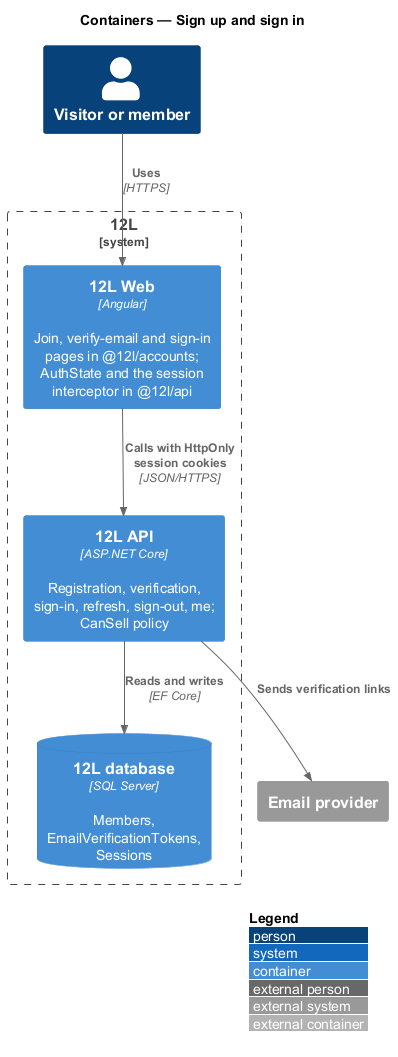
Before: docs/detailed-designs/accounts/sign-up-and-sign-in/diagrams/c4-container.png, a diagram exported from PlantUML (QuinntyneBrown/tutumuch).
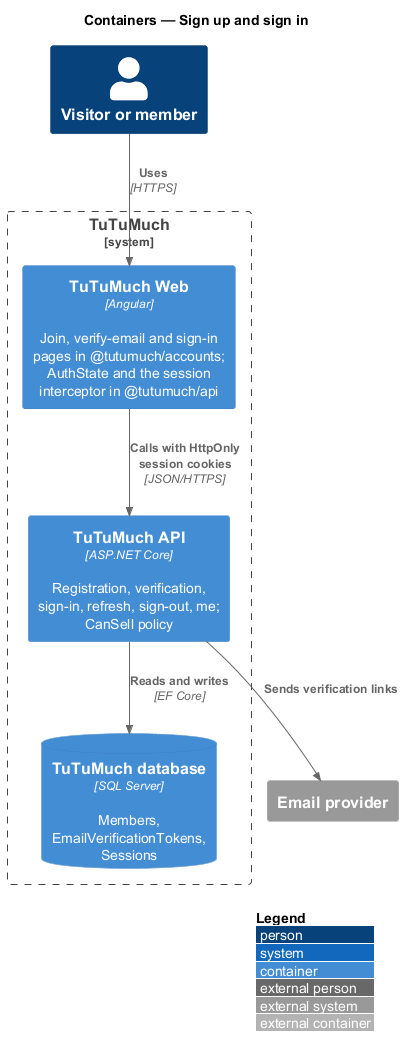
Later version of the same file.

What changed in the source:
```diff
@@ -4,10 +4,10 @@
 title Containers — Sign up and sign in
 
 Person(visitor, "Visitor or member")
-System_Boundary(twelvel, "12L") {
-  Container(web, "12L Web", "Angular", "Join, verify-email and sign-in pages in @12l/accounts; AuthState and the session interceptor in @12l/api")
-  Container(api, "12L API", "ASP.NET Core", "Registration, verification, sign-in, refresh, sign-out, me; CanSell policy")
-  ContainerDb(db, "12L database", "SQL Server", "Members, EmailVerificationTokens, Sessions")
+System_Boundary(tutumuch, "TuTuMuch") {
+  Container(web, "TuTuMuch Web", "Angular", "Join, verify-email and sign-in pages in @tutumuch/accounts; AuthState and the session interceptor in @tutumuch/api")
+  Container(api, "TuTuMuch API", "ASP.NET Core", "Registration, verification, sign-in, refresh, sign-out, me; CanSell policy")
+  ContainerDb(db, "TuTuMuch database", "SQL Server", "Members, EmailVerificationTokens, Sessions")
 }
 System_Ext(email, "Email provider")
 Rel(visitor, web, "Uses", "HTTPS")
```
